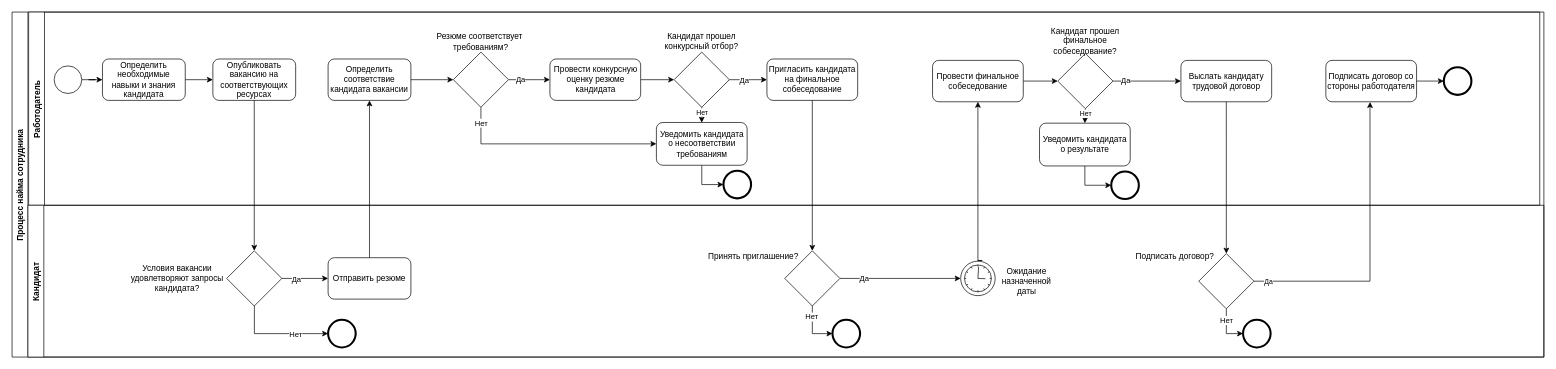
This is Диаграмма без названия.drawio from 8BitRav3n/-, a draw.io file, before an edit. Source tidied: cells renumbered, new cells numbered last; positions are measured from the earlier drawing's top-left corner, leaving out a move shared by most shapes. Both pictures are drawn from the tidied source at 69%, with x=0, y=0 at pixel (12, 12).
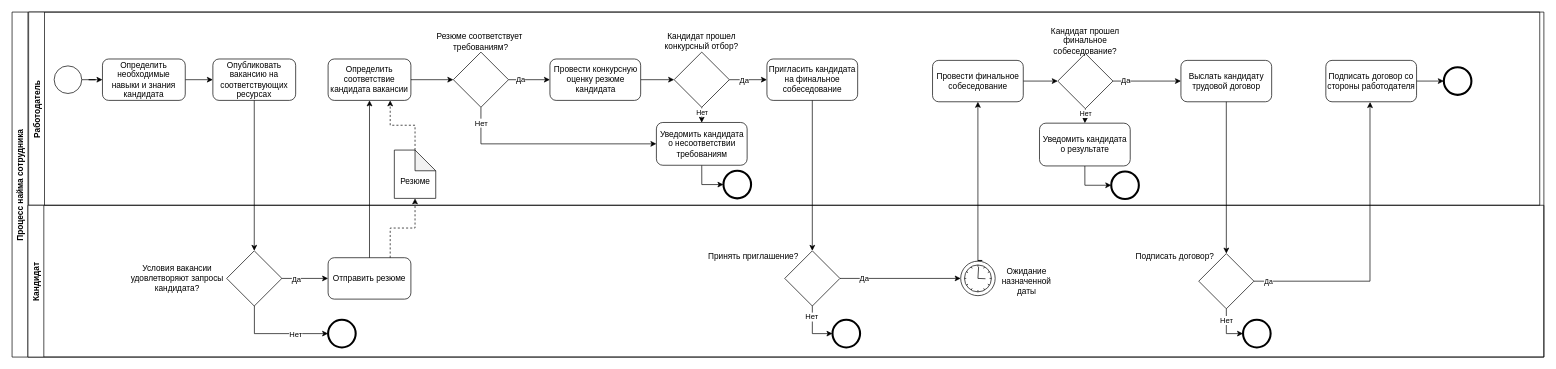
Above is the later version.

Unchanged cells that the change refers to:
```xml
<mxCell id="2" value="Процесс найма сотрудника" style="swimlane;horizontal=0;" parent="1" vertex="1">
  <mxGeometry width="2220" height="500" as="geometry" />
</mxCell>
<mxCell id="3" value="Работодатель" style="swimlane;horizontal=0;" parent="2" vertex="1">
  <mxGeometry x="24" width="2190" height="280" as="geometry" />
</mxCell>
<mxCell id="9" value="Определить соответствие кандидата вакансии" style="whiteSpace=wrap;html=1;rounded=1;" parent="3" vertex="1">
  <mxGeometry x="434" y="68" width="120" height="60" as="geometry" />
</mxCell>
<mxCell id="45" value="Отправить резюме" style="whiteSpace=wrap;html=1;rounded=1;" parent="44" vertex="1">
  <mxGeometry x="435" y="76" width="120" height="60" as="geometry" />
</mxCell>
```

What changed in the source:
```diff
@@
+    <mxCell id="74" style="edgeStyle=orthogonalEdgeStyle;rounded=0;jettySize=auto;html=1;exitX=0;exitY=0;exitDx=30;exitDy=0;exitPerimeter=0;entryX=0.75;entryY=1;entryDx=0;entryDy=0;dashed=1;" parent="3" edge="1" source="75" target="9">
+      <mxGeometry relative="1" as="geometry" />
+    </mxCell>
+    <mxCell id="75" style="shape=note;whiteSpace=wrap;html=1;backgroundOutline=1;darkOpacity=0.05;" parent="3" vertex="1">
+      <mxGeometry x="530" y="200" width="60" height="70" as="geometry" />
+    </mxCell>
+    <mxCell id="76" value="Резюме" style="text;html=1;align=center;verticalAlign=middle;strokeColor=none;fillColor=none;" parent="3" vertex="1">
+      <mxGeometry x="525" y="230" width="70" height="30" as="geometry" />
+    </mxCell>
@@
+    <mxCell id="77" style="edgeStyle=orthogonalEdgeStyle;rounded=0;jettySize=auto;html=1;exitX=0.75;exitY=0;exitDx=0;exitDy=0;dashed=1;" parent="2" edge="1" source="45" target="75">
+      <mxGeometry relative="1" as="geometry" />
+    </mxCell>
```
